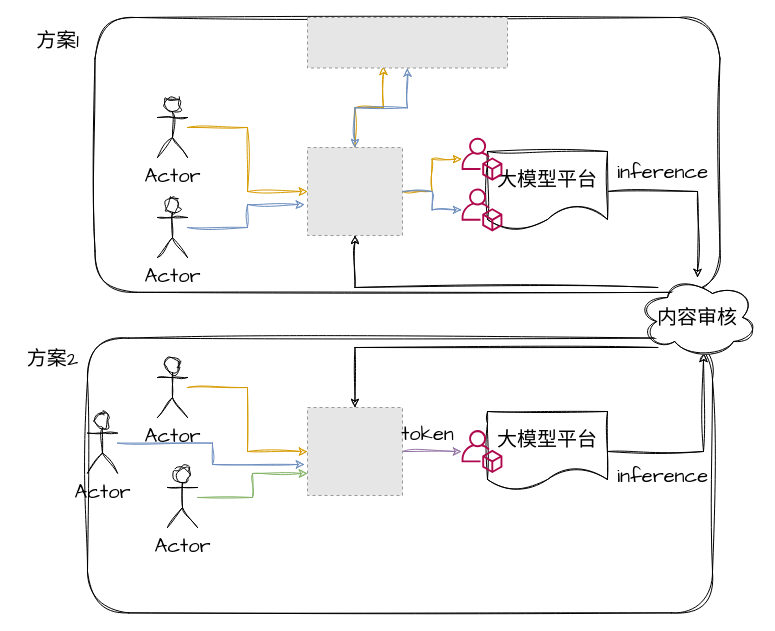
This is huggingface-xihe-acct.drawio from pkking/mydrawio, a draw.io file, before an edit. Source tidied: cells renumbered, new cells numbered last; positions are measured from the earlier drawing's top-left corner, leaving out a move shared by most shapes. Both pictures are drawn from the tidied source at 100%, with x=0, y=0 at pixel (17, 17). Pictures stored in the file or linked from it are replaced by grey dashed boxes.
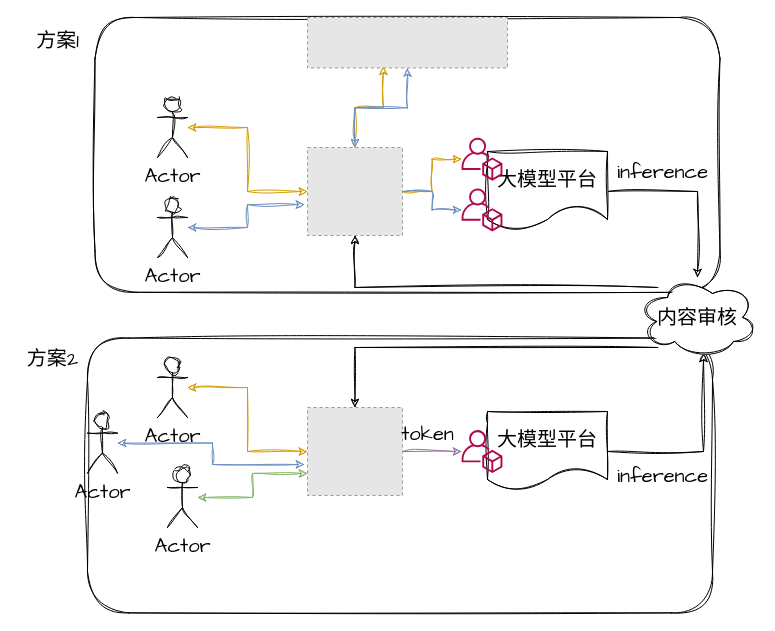
Above is the later version.

The change refers to these unchanged cells:
```xml
<mxCell id="8" style="fillColor=#E6E6E6;strokeColor=#999999;dashed=1;verticalLabelPosition=bottom;labelBackgroundColor=default;verticalAlign=top;" parent="1" vertex="1">
  <mxGeometry x="290" y="130" width="95" height="88" as="geometry" />
</mxCell>
<mxCell id="10" value="Actor" style="shape=umlActor;verticalLabelPosition=bottom;verticalAlign=top;html=1;outlineConnect=0;sketch=1;hachureGap=4;jiggle=2;curveFitting=1;fontFamily=Architects Daughter;fontSize=20;" parent="1" vertex="1">
  <mxGeometry x="140" y="80" width="30" height="60" as="geometry" />
</mxCell>
<mxCell id="12" value="Actor" style="shape=umlActor;verticalLabelPosition=bottom;verticalAlign=top;html=1;outlineConnect=0;sketch=1;hachureGap=4;jiggle=2;curveFitting=1;fontFamily=Architects Daughter;fontSize=20;" parent="1" vertex="1">
  <mxGeometry x="140" y="180" width="30" height="60" as="geometry" />
</mxCell>
<mxCell id="19" style="fillColor=#E6E6E6;strokeColor=#999999;dashed=1;verticalLabelPosition=bottom;labelBackgroundColor=default;verticalAlign=top;" parent="1" vertex="1">
  <mxGeometry x="290" y="390" width="95" height="88" as="geometry" />
</mxCell>
<mxCell id="21" value="Actor" style="shape=umlActor;verticalLabelPosition=bottom;verticalAlign=top;html=1;outlineConnect=0;sketch=1;hachureGap=4;jiggle=2;curveFitting=1;fontFamily=Architects Daughter;fontSize=20;" parent="1" vertex="1">
  <mxGeometry x="140" y="340" width="30" height="60" as="geometry" />
</mxCell>
<mxCell id="23" value="Actor" style="shape=umlActor;verticalLabelPosition=bottom;verticalAlign=top;html=1;outlineConnect=0;sketch=1;hachureGap=4;jiggle=2;curveFitting=1;fontFamily=Architects Daughter;fontSize=20;" parent="1" vertex="1">
  <mxGeometry x="70" y="395.6" width="30" height="60" as="geometry" />
</mxCell>
<mxCell id="28" value="Actor" style="shape=umlActor;verticalLabelPosition=bottom;verticalAlign=top;html=1;outlineConnect=0;sketch=1;hachureGap=4;jiggle=2;curveFitting=1;fontFamily=Architects Daughter;fontSize=20;" parent="1" vertex="1">
  <mxGeometry x="150" y="450" width="30" height="60" as="geometry" />
</mxCell>
```

The edit, as a diff of the source:
```diff
@@
-    <mxCell id="9" style="edgeStyle=orthogonalEdgeStyle;rounded=0;sketch=1;hachureGap=4;jiggle=2;curveFitting=1;jettySize=auto;html=1;fontFamily=Architects Daughter;fontSize=16;fillColor=#ffe6cc;strokeColor=#d79b00;" parent="1" edge="1" source="10" target="8">
+    <mxCell id="9" style="edgeStyle=orthogonalEdgeStyle;rounded=0;sketch=1;hachureGap=4;jiggle=2;curveFitting=1;jettySize=auto;html=1;fontFamily=Architects Daughter;fontSize=16;fillColor=#ffe6cc;strokeColor=#d79b00;startArrow=classic;startFill=1;" parent="1" edge="1" source="10" target="8">
       <mxGeometry relative="1" as="geometry">
         <Array as="points">
           <mxPoint x="230" y="110" />
           <mxPoint x="230" y="174" />
         </Array>
       </mxGeometry>
     </mxCell>
@@
-    <mxCell id="11" style="edgeStyle=orthogonalEdgeStyle;rounded=0;sketch=1;hachureGap=4;jiggle=2;curveFitting=1;jettySize=auto;html=1;entryX=-0.032;entryY=0.648;entryDx=0;entryDy=0;entryPerimeter=0;fontFamily=Architects Daughter;fontSize=16;fillColor=#dae8fc;strokeColor=#6c8ebf;" parent="1" edge="1" source="12" target="8">
+    <mxCell id="11" style="edgeStyle=orthogonalEdgeStyle;rounded=0;sketch=1;hachureGap=4;jiggle=2;curveFitting=1;jettySize=auto;html=1;entryX=-0.032;entryY=0.648;entryDx=0;entryDy=0;entryPerimeter=0;fontFamily=Architects Daughter;fontSize=16;fillColor=#dae8fc;strokeColor=#6c8ebf;startArrow=classic;startFill=1;" parent="1" edge="1" source="12" target="8">
       <mxGeometry relative="1" as="geometry" />
     </mxCell>
@@
-    <mxCell id="20" style="edgeStyle=orthogonalEdgeStyle;rounded=0;sketch=1;hachureGap=4;jiggle=2;curveFitting=1;jettySize=auto;html=1;fontFamily=Architects Daughter;fontSize=16;fillColor=#ffe6cc;strokeColor=#d79b00;" parent="1" edge="1" source="21" target="19">
+    <mxCell id="20" style="edgeStyle=orthogonalEdgeStyle;rounded=0;sketch=1;hachureGap=4;jiggle=2;curveFitting=1;jettySize=auto;html=1;fontFamily=Architects Daughter;fontSize=16;fillColor=#ffe6cc;strokeColor=#d79b00;startArrow=classic;startFill=1;" parent="1" edge="1" source="21" target="19">
       <mxGeometry relative="1" as="geometry">
         <Array as="points">
           <mxPoint x="230" y="370" />
           <mxPoint x="230" y="434" />
         </Array>
       </mxGeometry>
     </mxCell>
@@
-    <mxCell id="22" style="edgeStyle=orthogonalEdgeStyle;rounded=0;sketch=1;hachureGap=4;jiggle=2;curveFitting=1;jettySize=auto;html=1;entryX=-0.032;entryY=0.648;entryDx=0;entryDy=0;entryPerimeter=0;fontFamily=Architects Daughter;fontSize=16;fillColor=#dae8fc;strokeColor=#6c8ebf;" parent="1" edge="1" source="23" target="19">
+    <mxCell id="22" style="edgeStyle=orthogonalEdgeStyle;rounded=0;sketch=1;hachureGap=4;jiggle=2;curveFitting=1;jettySize=auto;html=1;entryX=-0.032;entryY=0.648;entryDx=0;entryDy=0;entryPerimeter=0;fontFamily=Architects Daughter;fontSize=16;fillColor=#dae8fc;strokeColor=#6c8ebf;startArrow=classic;startFill=1;" parent="1" edge="1" source="23" target="19">
       <mxGeometry relative="1" as="geometry" />
     </mxCell>
@@
-    <mxCell id="27" style="edgeStyle=orthogonalEdgeStyle;rounded=0;sketch=1;hachureGap=4;jiggle=2;curveFitting=1;jettySize=auto;html=1;entryX=0;entryY=0.75;entryDx=0;entryDy=0;fontFamily=Architects Daughter;fontSize=16;fillColor=#d5e8d4;strokeColor=#82b366;" parent="1" edge="1" source="28" target="19">
+    <mxCell id="27" style="edgeStyle=orthogonalEdgeStyle;rounded=0;sketch=1;hachureGap=4;jiggle=2;curveFitting=1;jettySize=auto;html=1;entryX=0;entryY=0.75;entryDx=0;entryDy=0;fontFamily=Architects Daughter;fontSize=16;fillColor=#d5e8d4;strokeColor=#82b366;startArrow=classic;startFill=1;" parent="1" edge="1" source="28" target="19">
       <mxGeometry relative="1" as="geometry" />
     </mxCell>
```
